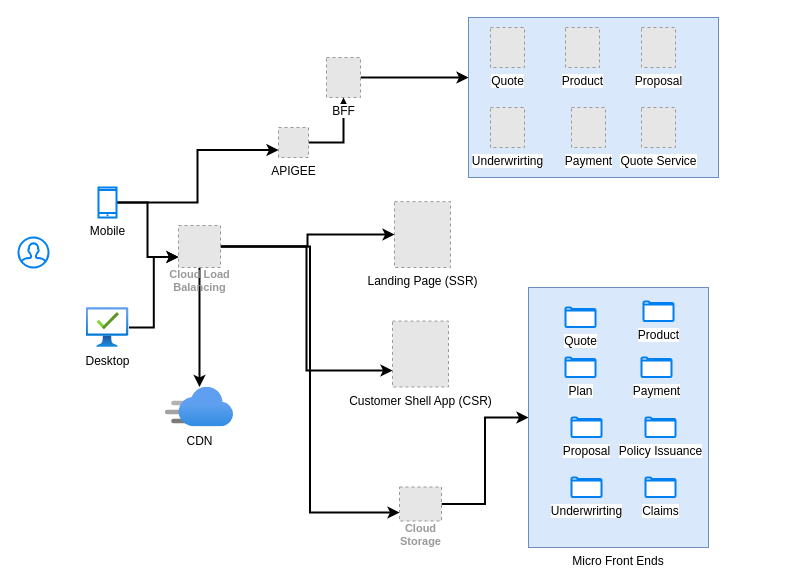
The draw.io diagram page "Page-2" (2 of 7) of src/Untitled Diagram.drawio in vnshtiwari/root-config, before the edit. Source tidied: cells renumbered, new cells numbered last; positions are measured from the earlier drawing's top-left corner, leaving out a move shared by most shapes. Both pictures are drawn from the tidied source at 100%, with x=0, y=0 at pixel (18, 17). Pictures stored in the file or linked from it are replaced by grey dashed boxes.
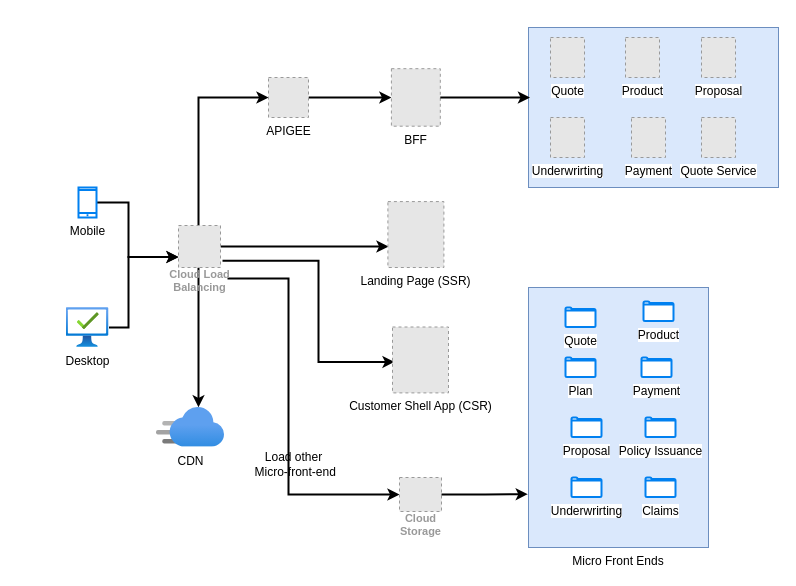
The same diagram, later.

Unchanged cells that the change refers to:
```xml
<mxCell id="13" value="Cloud Load&#10;Balancing" style="fillColor=#E6E6E6;strokeColor=#999999;dashed=1;html=1;verticalAlign=top;labelPosition=center;verticalLabelPosition=bottom;align=center;spacingTop=-6;fontSize=11;fontStyle=1;fontColor=#999999;" parent="1" vertex="1">
  <mxGeometry x="160" y="208" width="42" height="42" as="geometry" />
</mxCell>
<mxCell id="22" value="Micro Front Ends" style="rounded=0;whiteSpace=wrap;html=1;labelPosition=center;verticalLabelPosition=bottom;align=center;verticalAlign=top;fillColor=#dae8fc;strokeColor=#6c8ebf;" parent="1" vertex="1">
  <mxGeometry x="510" y="270" width="180" height="260" as="geometry" />
</mxCell>
```

Change to the diagram source:
```diff
@@
     <mxCell id="2" style="rounded=0;whiteSpace=wrap;html=1;fillColor=#dae8fc;strokeColor=#6c8ebf;" parent="1" vertex="1">
-      <mxGeometry x="450" width="250" height="160" as="geometry" />
+      <mxGeometry x="510" y="10" width="250" height="160" as="geometry" />
     </mxCell>
-    <mxCell id="3" style="html=1;verticalLabelPosition=bottom;align=center;labelBackgroundColor=#ffffff;verticalAlign=top;strokeWidth=2;strokeColor=#0080F0;shadow=0;dashed=0;shape=mxgraph.ios7.icons.user;" parent="1" vertex="1">
-      <mxGeometry y="220" width="30" height="30" as="geometry" />
-    </mxCell>
     <mxCell id="4" style="edgeStyle=orthogonalEdgeStyle;rounded=0;jettySize=auto;html=1;entryX=0;entryY=0.75;entryDx=0;entryDy=0;strokeWidth=2;" parent="1" edge="1" source="6" target="13">
-      <mxGeometry relative="1" as="geometry" />
+      <mxGeometry relative="1" as="geometry">
+        <Array as="points">
+          <mxPoint x="110" y="185" />
+          <mxPoint x="110" y="240" />
+        </Array>
+      </mxGeometry>
     </mxCell>
-    <mxCell id="5" style="edgeStyle=orthogonalEdgeStyle;rounded=0;jettySize=auto;html=1;entryX=0;entryY=0.75;entryDx=0;entryDy=0;strokeWidth=2;" parent="1" edge="1" source="6" target="18">
-      <mxGeometry relative="1" as="geometry" />
-    </mxCell>
     <mxCell id="6" value="Mobile" style="html=1;verticalLabelPosition=bottom;align=center;labelBackgroundColor=#ffffff;verticalAlign=top;strokeWidth=2;strokeColor=#0080F0;shadow=0;dashed=0;shape=mxgraph.ios7.icons.smartphone;" parent="1" vertex="1">
-      <mxGeometry x="80" y="170" width="18" height="30" as="geometry" />
+      <mxGeometry x="60" y="170" width="18" height="30" as="geometry" />
     </mxCell>
     <mxCell id="7" style="edgeStyle=orthogonalEdgeStyle;rounded=0;jettySize=auto;html=1;entryX=0;entryY=0.75;entryDx=0;entryDy=0;strokeWidth=2;" parent="1" edge="1" source="8" target="13">
-      <mxGeometry relative="1" as="geometry" />
+      <mxGeometry relative="1" as="geometry">
+        <Array as="points">
+          <mxPoint x="110" y="310" />
+          <mxPoint x="110" y="240" />
+        </Array>
+      </mxGeometry>
     </mxCell>
     <mxCell id="8" value="Desktop" style="image;html=1;points=[];align=center;fontSize=12;image=img/lib/azure2/management_governance/Managed_Desktop.svg;" parent="1" vertex="1">
-      <mxGeometry x="67.5" y="290" width="43" height="40" as="geometry" />
+      <mxGeometry x="47.5" y="290" width="43" height="40" as="geometry" />
     </mxCell>
-    <mxCell id="9" style="edgeStyle=orthogonalEdgeStyle;rounded=0;jettySize=auto;html=1;strokeWidth=2;" parent="1" edge="1" source="13" target="39">
-      <mxGeometry relative="1" as="geometry" />
-    </mxCell>
-    <mxCell id="10" style="edgeStyle=orthogonalEdgeStyle;rounded=0;jettySize=auto;html=1;entryX=0;entryY=0.75;entryDx=0;entryDy=0;strokeWidth=2;" parent="1" edge="1" source="13" target="16">
-      <mxGeometry relative="1" as="geometry" />
-    </mxCell>
-    <mxCell id="11" style="edgeStyle=orthogonalEdgeStyle;rounded=0;jettySize=auto;html=1;entryX=0;entryY=0.75;entryDx=0;entryDy=0;strokeWidth=2;" parent="1" edge="1" source="13" target="20">
-      <mxGeometry relative="1" as="geometry" />
-    </mxCell>
+    <mxCell id="40" style="edgeStyle=orthogonalEdgeStyle;rounded=0;jettySize=auto;html=1;strokeWidth=2;" parent="1" edge="1" source="13">
+      <mxGeometry relative="1" as="geometry">
+        <mxPoint x="370" y="229" as="targetPoint" />
+      </mxGeometry>
+    </mxCell>
+    <mxCell id="41" style="edgeStyle=orthogonalEdgeStyle;rounded=0;orthogonalLoop=1;jettySize=auto;html=1;entryX=0;entryY=0.5;entryDx=0;entryDy=0;strokeWidth=2;" parent="1" edge="1">
+      <mxGeometry relative="1" as="geometry">
+        <mxPoint x="204" y="243.3" as="sourcePoint" />
+        <mxPoint x="376" y="344.4" as="targetPoint" />
+        <Array as="points">
+          <mxPoint x="300" y="243" />
+          <mxPoint x="300" y="344" />
+        </Array>
+      </mxGeometry>
+    </mxCell>
     <mxCell id="12" style="edgeStyle=orthogonalEdgeStyle;rounded=0;jettySize=auto;html=1;strokeWidth=2;" parent="1" edge="1" source="13" target="15">
-      <mxGeometry relative="1" as="geometry" />
+      <mxGeometry relative="1" as="geometry">
+        <Array as="points">
+          <mxPoint x="180" y="320" />
+          <mxPoint x="180" y="320" />
+        </Array>
+      </mxGeometry>
     </mxCell>
+    <mxCell id="42" style="edgeStyle=orthogonalEdgeStyle;rounded=0;jettySize=auto;html=1;entryX=0;entryY=0.5;entryDx=0;entryDy=0;strokeWidth=2;" parent="1" edge="1" target="20">
+      <mxGeometry relative="1" as="geometry">
+        <mxPoint x="210" y="260" as="sourcePoint" />
+        <Array as="points">
+          <mxPoint x="210" y="261" />
+          <mxPoint x="270" y="261" />
+          <mxPoint x="270" y="477" />
+        </Array>
+      </mxGeometry>
+    </mxCell>
+    <mxCell id="43" style="edgeStyle=orthogonalEdgeStyle;rounded=0;jettySize=auto;html=1;strokeWidth=2;" parent="1" edge="1" source="13" target="18">
+      <mxGeometry relative="1" as="geometry">
+        <Array as="points">
+          <mxPoint x="180" y="80" />
+        </Array>
+      </mxGeometry>
+    </mxCell>
@@
     <mxCell id="15" value="CDN" style="image;html=1;points=[];align=center;fontSize=12;image=img/lib/azure2/networking/CDN_Profiles.svg;" parent="1" vertex="1">
-      <mxGeometry x="147" y="369.5" width="68" height="40" as="geometry" />
+      <mxGeometry x="138" y="389.8" width="68" height="40" as="geometry" />
     </mxCell>
     <mxCell id="16" value="Customer Shell App (CSR)" style="fillColor=#E6E6E6;strokeColor=#999999;dashed=1;html=1;verticalLabelPosition=bottom;labelBackgroundColor=#ffffff;verticalAlign=top;" parent="1" vertex="1">
-      <mxGeometry x="374" y="303.6" width="56" height="65.9" as="geometry" />
+      <mxGeometry x="374" y="309.5" width="56" height="65.9" as="geometry" />
     </mxCell>
     <mxCell id="17" style="edgeStyle=orthogonalEdgeStyle;rounded=0;jettySize=auto;html=1;strokeWidth=2;" parent="1" edge="1" source="18" target="38">
-      <mxGeometry relative="1" as="geometry" />
+      <mxGeometry relative="1" as="geometry">
+        <Array as="points">
+          <mxPoint x="330" y="80" />
+          <mxPoint x="330" y="80" />
+        </Array>
+      </mxGeometry>
     </mxCell>
     <mxCell id="18" value="APIGEE" style="fillColor=#E6E6E6;strokeColor=#999999;dashed=1;html=1;verticalLabelPosition=bottom;labelBackgroundColor=#ffffff;verticalAlign=top;" parent="1" vertex="1">
-      <mxGeometry x="260" y="110" width="30" height="30" as="geometry" />
+      <mxGeometry x="250" y="60" width="40" height="40" as="geometry" />
     </mxCell>
-    <mxCell id="19" style="edgeStyle=orthogonalEdgeStyle;rounded=0;jettySize=auto;html=1;strokeWidth=2;" parent="1" edge="1" source="20" target="22">
-      <mxGeometry relative="1" as="geometry" />
-    </mxCell>
     <mxCell id="20" value="Cloud&#10;Storage" style="fillColor=#E6E6E6;strokeColor=#999999;dashed=1;html=1;verticalAlign=top;labelPosition=center;verticalLabelPosition=bottom;align=center;spacingTop=-6;fontSize=11;fontStyle=1;fontColor=#999999;" parent="1" vertex="1">
-      <mxGeometry x="381" y="469.5" width="42" height="34" as="geometry" />
+      <mxGeometry x="381" y="460" width="42" height="34" as="geometry" />
     </mxCell>
@@
     <mxCell id="31" value="Quote Service" style="fillColor=#E6E6E6;strokeColor=#999999;dashed=1;html=1;verticalLabelPosition=bottom;labelBackgroundColor=#ffffff;verticalAlign=top;" parent="1" vertex="1">
-      <mxGeometry x="623" y="90" width="34" height="40" as="geometry" />
+      <mxGeometry x="683" y="100" width="34" height="40" as="geometry" />
     </mxCell>
     <mxCell id="32" value="Quote" style="fillColor=#E6E6E6;strokeColor=#999999;dashed=1;html=1;verticalLabelPosition=bottom;labelBackgroundColor=#ffffff;verticalAlign=top;" parent="1" vertex="1">
-      <mxGeometry x="472" y="10" width="34" height="40" as="geometry" />
+      <mxGeometry x="532" y="20" width="34" height="40" as="geometry" />
     </mxCell>
     <mxCell id="33" value="Product" style="fillColor=#E6E6E6;strokeColor=#999999;dashed=1;html=1;verticalLabelPosition=bottom;labelBackgroundColor=#ffffff;verticalAlign=top;" parent="1" vertex="1">
-      <mxGeometry x="547" y="10" width="34" height="40" as="geometry" />
+      <mxGeometry x="607" y="20" width="34" height="40" as="geometry" />
     </mxCell>
     <mxCell id="34" value="Proposal" style="fillColor=#E6E6E6;strokeColor=#999999;dashed=1;html=1;verticalLabelPosition=bottom;labelBackgroundColor=#ffffff;verticalAlign=top;" parent="1" vertex="1">
-      <mxGeometry x="623" y="10" width="34" height="40" as="geometry" />
+      <mxGeometry x="683" y="20" width="34" height="40" as="geometry" />
     </mxCell>
     <mxCell id="35" value="Underwrirting" style="fillColor=#E6E6E6;strokeColor=#999999;dashed=1;html=1;verticalLabelPosition=bottom;labelBackgroundColor=#ffffff;verticalAlign=top;" parent="1" vertex="1">
-      <mxGeometry x="472" y="90" width="34" height="40" as="geometry" />
+      <mxGeometry x="532" y="100" width="34" height="40" as="geometry" />
     </mxCell>
     <mxCell id="36" value="Payment" style="fillColor=#E6E6E6;strokeColor=#999999;dashed=1;html=1;verticalLabelPosition=bottom;labelBackgroundColor=#ffffff;verticalAlign=top;" parent="1" vertex="1">
-      <mxGeometry x="553" y="90" width="34" height="40" as="geometry" />
+      <mxGeometry x="613" y="100" width="34" height="40" as="geometry" />
     </mxCell>
-    <mxCell id="37" style="edgeStyle=orthogonalEdgeStyle;rounded=0;jettySize=auto;html=1;entryX=0;entryY=0.333;entryDx=0;entryDy=0;entryPerimeter=0;strokeWidth=2;" parent="1" edge="1" source="38">
-      <mxGeometry relative="1" as="geometry">
-        <mxPoint x="450" y="60" as="targetPoint" />
-      </mxGeometry>
-    </mxCell>
     <mxCell id="38" value="BFF" style="fillColor=#E6E6E6;strokeColor=#999999;dashed=1;html=1;verticalLabelPosition=bottom;labelBackgroundColor=#ffffff;verticalAlign=top;" parent="1" vertex="1">
-      <mxGeometry x="308" y="40" width="34" height="40" as="geometry" />
+      <mxGeometry x="372.9" y="51.2" width="48.9" height="57.5" as="geometry" />
     </mxCell>
     <mxCell id="39" value="Landing Page (SSR)" style="fillColor=#E6E6E6;strokeColor=#999999;dashed=1;html=1;verticalLabelPosition=bottom;labelBackgroundColor=#ffffff;verticalAlign=top;" parent="1" vertex="1">
-      <mxGeometry x="376" y="184.1" width="56" height="65.9" as="geometry" />
+      <mxGeometry x="369.4" y="184.1" width="56" height="65.9" as="geometry" />
     </mxCell>
+    <mxCell id="44" value="&lt;br&gt;Load other&lt;br&gt;&amp;nbsp;Micro-front-end" style="text;html=1;align=center;verticalAlign=middle;strokeColor=none;fillColor=none;" parent="1" vertex="1">
+      <mxGeometry x="220" y="409.5" width="110" height="60" as="geometry" />
+    </mxCell>
+    <mxCell id="19" style="edgeStyle=orthogonalEdgeStyle;rounded=0;jettySize=auto;html=1;entryX=-0.004;entryY=0.795;entryDx=0;entryDy=0;entryPerimeter=0;strokeWidth=2;" parent="1" edge="1" source="20" target="22">
+      <mxGeometry relative="1" as="geometry" />
+    </mxCell>
+    <mxCell id="45" style="edgeStyle=orthogonalEdgeStyle;rounded=0;jettySize=auto;html=1;entryX=0.006;entryY=0.438;entryDx=0;entryDy=0;entryPerimeter=0;strokeWidth=2;" parent="1" edge="1" source="38" target="2">
+      <mxGeometry relative="1" as="geometry" />
+    </mxCell>
```
